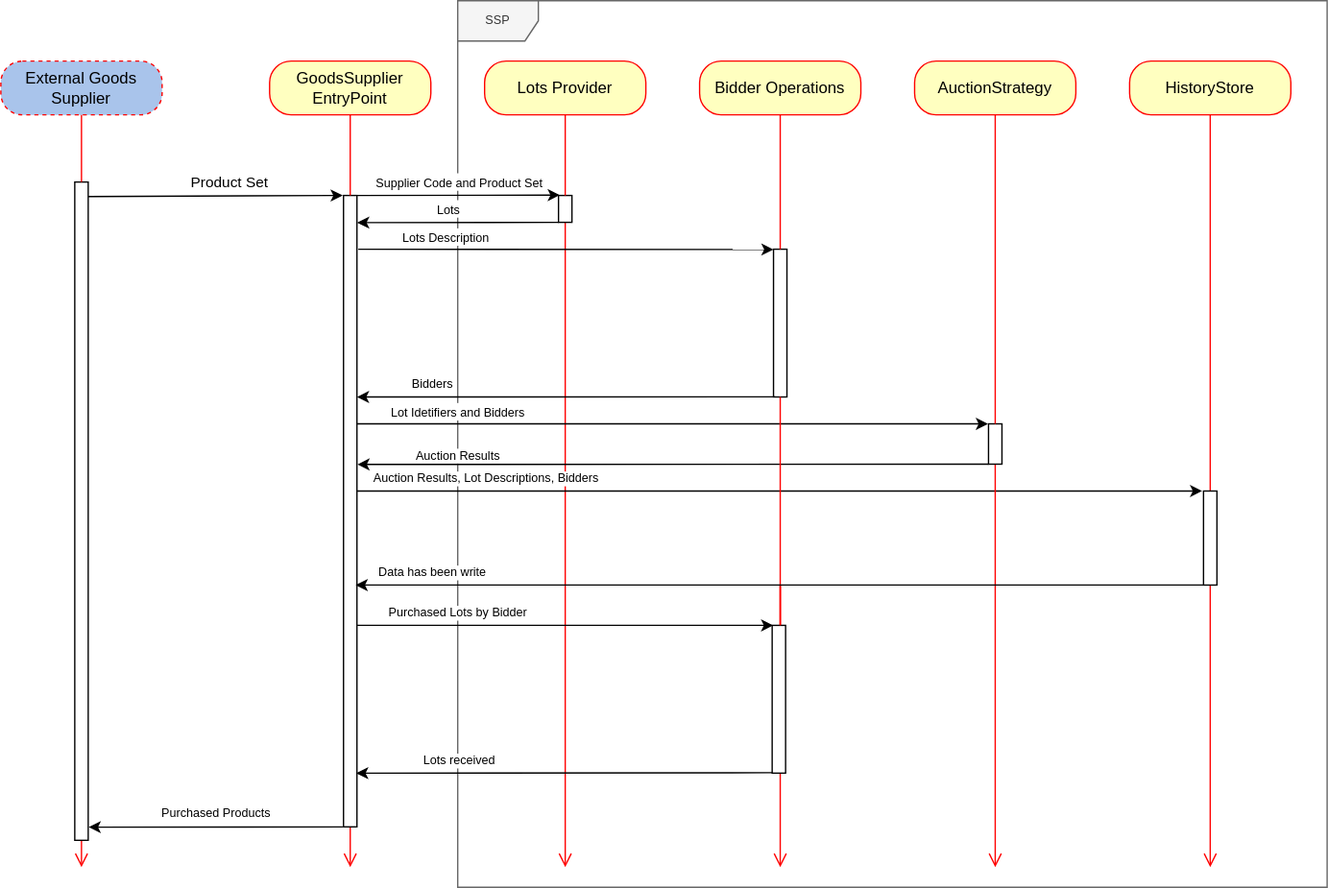
RTB-Project/Auctioneer keeps this draw.io diagram as doc/bussines-flow-ssp-and-external-systems.svg. Above is the earlier version. Source tidied: cells renumbered, new cells last; positions are measured from the earlier drawing's top-left corner, leaving out a move shared by most shapes.
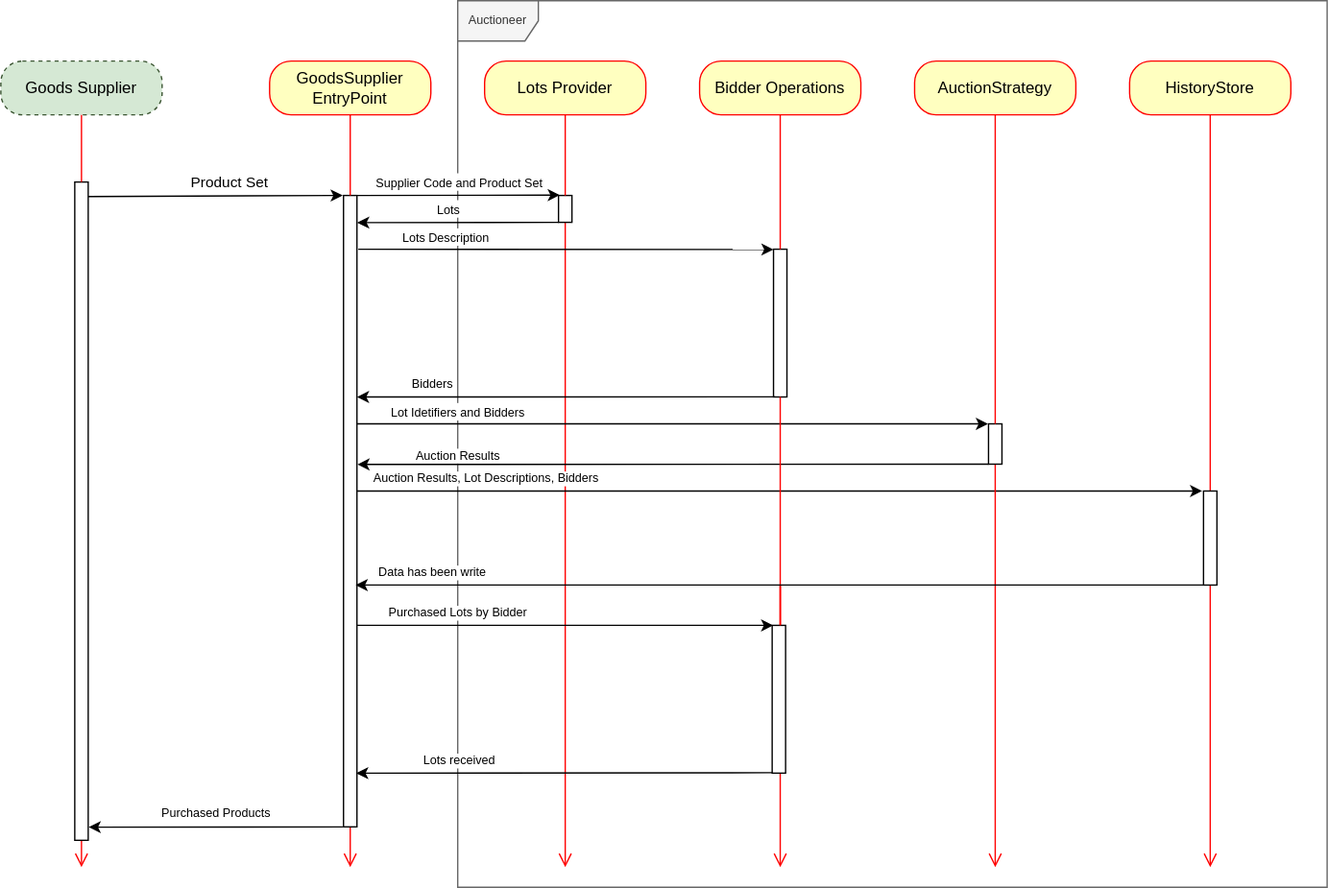
The same file after the commit.

Change to the diagram source:
```diff
@@ -2,7 +2,7 @@
   <root>
     <mxCell id="0" />
     <mxCell id="1" parent="0" />
-    <mxCell id="2" value="SSP" style="shape=umlFrame;whiteSpace=wrap;html=1;fontSize=9;fillColor=#f5f5f5;shadow=0;sketch=0;strokeColor=#666666;fontColor=#333333;" parent="1" vertex="1">
+    <mxCell id="2" value="Auctioneer" style="shape=umlFrame;whiteSpace=wrap;html=1;fontSize=9;fillColor=#f5f5f5;shadow=0;sketch=0;strokeColor=#666666;fontColor=#333333;" parent="1" vertex="1">
       <mxGeometry x="340" width="647" height="660" as="geometry" />
     </mxCell>
     <mxCell id="3" value="Lots Provider" style="rounded=1;whiteSpace=wrap;html=1;arcSize=40;fontColor=#000000;fillColor=#ffffc0;strokeColor=#ff0000;" parent="1" vertex="1">
@@ -201,7 +201,7 @@
         <mxPoint x="36" y="-8" as="offset" />
       </mxGeometry>
     </mxCell>
-    <mxCell id="53" value="External Goods Supplier" style="rounded=1;whiteSpace=wrap;html=1;arcSize=40;fontColor=#000000;strokeColor=#ff0000;dashed=1;fillColor=#A9C4EB;" parent="1" vertex="1">
+    <mxCell id="53" value="&lt;font color=&quot;#000000&quot;&gt;Goods Supplier&lt;/font&gt;" style="rounded=1;whiteSpace=wrap;html=1;arcSize=40;strokeColor=#3A5431;dashed=1;fontColor=#ffffff;fillColor=#D5E8D4;" parent="1" vertex="1">
       <mxGeometry y="45" width="120" height="40" as="geometry" />
     </mxCell>
     <mxCell id="54" style="edgeStyle=orthogonalEdgeStyle;html=1;verticalAlign=bottom;endArrow=open;endSize=8;strokeColor=#ff0000;" parent="1" edge="1" source="55">
```
